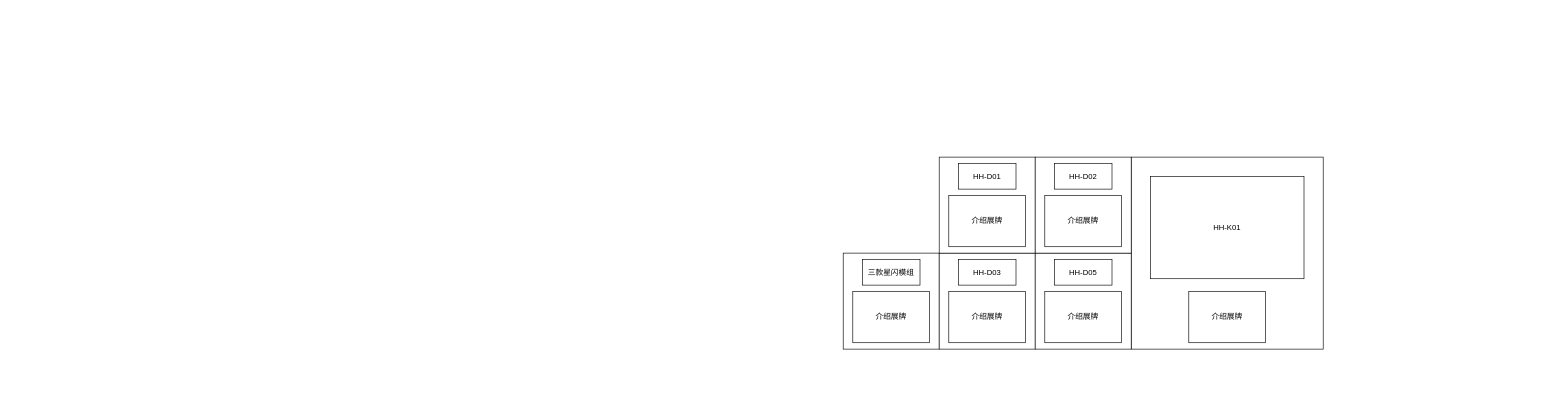
Earlier version of the draw.io diagram 展台布局.drawio (GaoXiaoLon/DrawIO). Source tidied: cells renumbered, new cells numbered last; positions are measured from the earlier drawing's top-left corner, leaving out a move shared by most shapes. Both pictures are drawn from the tidied source at 64%, with x=0, y=0 at pixel (843, 157).
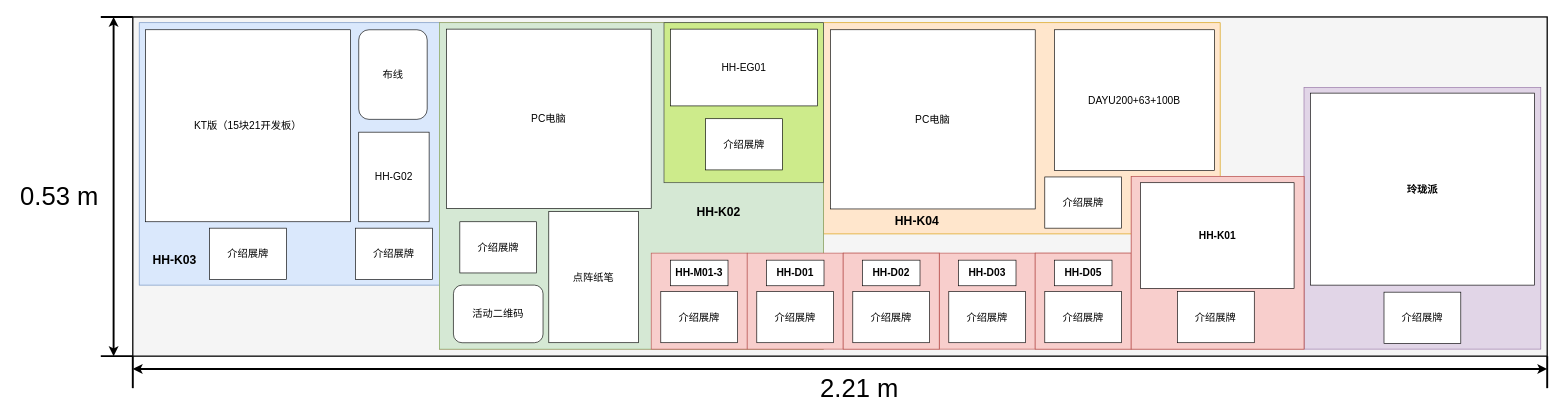
The same diagram, later.

Commit message:
更新展台布局.drawio

The edit, as a diff of the source:
```diff
@@
-    <mxCell id="2" style="rounded=0;whiteSpace=wrap;html=1;" parent="1" vertex="1">
-      <mxGeometry x="450" width="300" height="300" as="geometry" />
-    </mxCell>
-    <mxCell id="3" style="group;" parent="1" vertex="1">
-      <mxGeometry y="150" width="150" height="150" as="geometry" />
-    </mxCell>
-    <mxCell id="4" style="rounded=0;whiteSpace=wrap;html=1;" parent="3" vertex="1">
-      <mxGeometry width="150" height="150" as="geometry" />
-    </mxCell>
-    <mxCell id="5" value="三款星闪模组" style="rounded=0;whiteSpace=wrap;html=1;" parent="3" vertex="1">
-      <mxGeometry x="30" y="10" width="90" height="40" as="geometry" />
-    </mxCell>
-    <mxCell id="6" value="介绍展牌" style="rounded=0;whiteSpace=wrap;html=1;" parent="3" vertex="1">
-      <mxGeometry x="15" y="60" width="120" height="80" as="geometry" />
-    </mxCell>
+    <mxCell id="25" style="rounded=0;whiteSpace=wrap;html=1;fillColor=#f5f5f5;fontColor=#333333;strokeColor=default;strokeWidth=2;" parent="1" vertex="1">
+      <mxGeometry x="-1110" y="-219" width="2210" height="530" as="geometry" />
+    </mxCell>
+    <mxCell id="26" style="rounded=0;whiteSpace=wrap;html=1;fillColor=#e1d5e7;strokeColor=#9673a6;" parent="1" vertex="1">
+      <mxGeometry x="720" y="-109" width="370" height="409" as="geometry" />
+    </mxCell>
+    <mxCell id="27" style="rounded=0;whiteSpace=wrap;html=1;fillColor=#dae8fc;strokeColor=#6c8ebf;fontSize=16;" parent="1" vertex="1">
+      <mxGeometry x="-1100" y="-210" width="470" height="410" as="geometry" />
+    </mxCell>
+    <mxCell id="28" style="rounded=0;whiteSpace=wrap;html=1;fillColor=#ffe6cc;strokeColor=#d79b00;fontSize=16;" parent="1" vertex="1">
+      <mxGeometry x="-31" y="-210" width="620" height="330" as="geometry" />
+    </mxCell>
-    <mxCell id="7" style="group;" parent="1" vertex="1">
+    <mxCell id="7" style="group;fontSize=16;" parent="1" vertex="1">
       <mxGeometry x="150" y="150" width="150" height="150" as="geometry" />
     </mxCell>
-    <mxCell id="8" style="rounded=0;whiteSpace=wrap;html=1;" parent="7" vertex="1">
+    <mxCell id="8" style="rounded=0;whiteSpace=wrap;html=1;fontSize=16;fillColor=#f8cecc;strokeColor=#b85450;" parent="7" vertex="1">
       <mxGeometry width="150" height="150" as="geometry" />
     </mxCell>
-    <mxCell id="9" value="HH-D03" style="rounded=0;whiteSpace=wrap;html=1;" parent="7" vertex="1">
-      <mxGeometry x="30" y="10" width="90" height="40" as="geometry" />
+    <mxCell id="9" value="&lt;font style=&quot;font-size: 16px;&quot;&gt;&lt;b&gt;HH-D03&lt;/b&gt;&lt;/font&gt;" style="rounded=0;whiteSpace=wrap;html=1;fontSize=16;" parent="7" vertex="1">
+      <mxGeometry x="30" y="11" width="90" height="40" as="geometry" />
     </mxCell>
-    <mxCell id="10" value="介绍展牌" style="rounded=0;whiteSpace=wrap;html=1;" parent="7" vertex="1">
+    <mxCell id="10" value="介绍展牌" style="rounded=0;whiteSpace=wrap;html=1;fontSize=16;" parent="7" vertex="1">
       <mxGeometry x="15" y="60" width="120" height="80" as="geometry" />
     </mxCell>
-    <mxCell id="11" style="group;" parent="1" vertex="1">
+    <mxCell id="11" style="group;fontSize=16;fillColor=#f8cecc;strokeColor=#b85450;" parent="1" vertex="1">
       <mxGeometry x="300" y="150" width="150" height="150" as="geometry" />
     </mxCell>
-    <mxCell id="12" style="rounded=0;whiteSpace=wrap;html=1;" parent="11" vertex="1">
+    <mxCell id="12" style="rounded=0;whiteSpace=wrap;html=1;fontSize=16;fillColor=#f8cecc;strokeColor=#b85450;" parent="11" vertex="1">
       <mxGeometry width="150" height="150" as="geometry" />
     </mxCell>
-    <mxCell id="13" value="HH-D05" style="rounded=0;whiteSpace=wrap;html=1;" parent="11" vertex="1">
-      <mxGeometry x="30" y="10" width="90" height="40" as="geometry" />
+    <mxCell id="13" value="&lt;font style=&quot;font-size: 16px;&quot;&gt;HH-D05&lt;/font&gt;" style="rounded=0;whiteSpace=wrap;html=1;fontSize=16;fontStyle=1;" parent="11" vertex="1">
+      <mxGeometry x="30" y="11" width="90" height="40" as="geometry" />
     </mxCell>
-    <mxCell id="14" value="介绍展牌" style="rounded=0;whiteSpace=wrap;html=1;" parent="11" vertex="1">
+    <mxCell id="14" value="介绍展牌" style="rounded=0;whiteSpace=wrap;html=1;fontSize=16;" parent="11" vertex="1">
       <mxGeometry x="15" y="60" width="120" height="80" as="geometry" />
     </mxCell>
+    <mxCell id="29" value="KT版（15块21开发板）" style="rounded=0;whiteSpace=wrap;html=1;fontSize=16;" parent="1" vertex="1">
+      <mxGeometry x="-1090" y="-199" width="320" height="300" as="geometry" />
+    </mxCell>
+    <mxCell id="30" style="group;fontSize=16;fillColor=#f8cecc;strokeColor=#b85450;" parent="1" vertex="1">
+      <mxGeometry x="-631" y="-210" width="600" height="510" as="geometry" />
+    </mxCell>
+    <mxCell id="31" style="rounded=0;whiteSpace=wrap;html=1;fontSize=16;fillColor=#d5e8d4;strokeColor=#82b366;" parent="30" vertex="1">
+      <mxGeometry width="600" height="510" as="geometry" />
+    </mxCell>
+    <mxCell id="32" value="PC电脑" style="rounded=0;whiteSpace=wrap;html=1;fontSize=16;" parent="30" vertex="1">
+      <mxGeometry x="11" y="10" width="320" height="280" as="geometry" />
+    </mxCell>
+    <mxCell id="33" value="点阵纸笔" style="rounded=0;whiteSpace=wrap;html=1;fontSize=16;" parent="30" vertex="1">
+      <mxGeometry x="171" y="295" width="140" height="205" as="geometry" />
+    </mxCell>
+    <mxCell id="34" value="介绍展牌" style="rounded=0;whiteSpace=wrap;html=1;fontSize=16;" parent="30" vertex="1">
+      <mxGeometry x="32" y="311" width="120" height="80" as="geometry" />
+    </mxCell>
+    <mxCell id="35" style="rounded=0;whiteSpace=wrap;html=1;fillColor=#cdeb8b;strokeColor=#36393d;fontSize=16;" parent="30" vertex="1">
+      <mxGeometry x="351" width="249" height="250" as="geometry" />
+    </mxCell>
+    <mxCell id="36" value="HH-EG01" style="rounded=0;whiteSpace=wrap;html=1;fontSize=16;" parent="30" vertex="1">
+      <mxGeometry x="361" y="10" width="230" height="120" as="geometry" />
+    </mxCell>
+    <mxCell id="37" value="介绍展牌" style="rounded=0;whiteSpace=wrap;html=1;fontSize=16;" parent="30" vertex="1">
+      <mxGeometry x="416" y="150" width="120" height="80" as="geometry" />
+    </mxCell>
+    <mxCell id="3" style="group;fontSize=16;fontStyle=1;" parent="30" vertex="1">
+      <mxGeometry x="331" y="350" width="150" height="150" as="geometry" />
+    </mxCell>
+    <mxCell id="4" style="rounded=0;whiteSpace=wrap;html=1;fontSize=16;fillColor=#f8cecc;strokeColor=#b85450;" parent="3" vertex="1">
+      <mxGeometry y="10" width="150" height="150" as="geometry" />
+    </mxCell>
+    <mxCell id="5" value="HH-M01-3" style="rounded=0;whiteSpace=wrap;html=1;fontSize=16;fontStyle=1;" parent="3" vertex="1">
+      <mxGeometry x="30" y="21" width="90" height="40" as="geometry" />
+    </mxCell>
+    <mxCell id="6" value="介绍展牌" style="rounded=0;whiteSpace=wrap;html=1;fontSize=16;" parent="3" vertex="1">
+      <mxGeometry x="15" y="70" width="120" height="80" as="geometry" />
+    </mxCell>
+    <mxCell id="38" value="活动二维码" style="rounded=1;whiteSpace=wrap;html=1;fontSize=16;" parent="30" vertex="1">
+      <mxGeometry x="22" y="410" width="140" height="90" as="geometry" />
+    </mxCell>
+    <mxCell id="39" value="HH-K02" style="text;html=1;align=center;verticalAlign=middle;strokeColor=none;fillColor=none;fontSize=19;fontStyle=1;" parent="30" vertex="1">
+      <mxGeometry x="391" y="276" width="90" height="40" as="geometry" />
+    </mxCell>
+    <mxCell id="40" style="group;fontSize=16;fillColor=#f8cecc;strokeColor=#b85450;" parent="1" vertex="1">
+      <mxGeometry x="450" y="30" width="270" height="270" as="geometry" />
+    </mxCell>
+    <mxCell id="2" style="rounded=0;whiteSpace=wrap;html=1;fontSize=16;fillColor=#f8cecc;strokeColor=#b85450;" parent="40" vertex="1">
+      <mxGeometry width="270" height="270" as="geometry" />
+    </mxCell>
+    <mxCell id="23" value="&lt;font style=&quot;font-size: 16px;&quot;&gt;HH-K01&lt;/font&gt;" style="rounded=0;whiteSpace=wrap;html=1;fontSize=16;fontStyle=1;" parent="40" vertex="1">
+      <mxGeometry x="14.5" y="10" width="240" height="165" as="geometry" />
+    </mxCell>
+    <mxCell id="24" value="介绍展牌" style="rounded=0;whiteSpace=wrap;html=1;fontSize=16;" parent="40" vertex="1">
+      <mxGeometry x="72.3" y="180" width="120" height="80" as="geometry" />
+    </mxCell>
-    <mxCell id="15" style="group;" parent="11" vertex="1">
-      <mxGeometry x="-150" y="-150" width="150" height="150" as="geometry" />
+    <mxCell id="15" style="group;fontSize=16;" parent="1" vertex="1">
+      <mxGeometry x="-150" y="151" width="150" height="150" as="geometry" />
     </mxCell>
+    <mxCell id="41" style="group;fontSize=16;" parent="15" vertex="1">
+      <mxGeometry width="150" height="150" as="geometry" />
+    </mxCell>
-    <mxCell id="16" style="rounded=0;whiteSpace=wrap;html=1;" parent="15" vertex="1">
-      <mxGeometry width="150" height="150" as="geometry" />
+    <mxCell id="16" style="rounded=0;whiteSpace=wrap;html=1;fontSize=16;fillColor=#f8cecc;strokeColor=#b85450;" parent="41" vertex="1">
+      <mxGeometry y="-1" width="150" height="150" as="geometry" />
     </mxCell>
-    <mxCell id="17" value="HH-D01" style="rounded=0;whiteSpace=wrap;html=1;" parent="15" vertex="1">
+    <mxCell id="17" value="HH-D01" style="rounded=0;whiteSpace=wrap;html=1;fontSize=16;fontStyle=1;" parent="41" vertex="1">
       <mxGeometry x="30" y="10" width="90" height="40" as="geometry" />
     </mxCell>
-    <mxCell id="18" value="介绍展牌" style="rounded=0;whiteSpace=wrap;html=1;" parent="15" vertex="1">
-      <mxGeometry x="15" y="60" width="120" height="80" as="geometry" />
+    <mxCell id="18" value="介绍展牌" style="rounded=0;whiteSpace=wrap;html=1;fontSize=16;" parent="41" vertex="1">
+      <mxGeometry x="15" y="59" width="120" height="80" as="geometry" />
     </mxCell>
-    <mxCell id="19" style="group;" parent="11" vertex="1">
-      <mxGeometry y="-150" width="150" height="150" as="geometry" />
+    <mxCell id="19" style="group;fontSize=16;fillColor=#f8cecc;strokeColor=#b85450;" parent="1" vertex="1">
+      <mxGeometry y="150" width="150" height="150" as="geometry" />
     </mxCell>
-    <mxCell id="20" style="rounded=0;whiteSpace=wrap;html=1;" parent="19" vertex="1">
+    <mxCell id="20" style="rounded=0;whiteSpace=wrap;html=1;fontSize=16;fillColor=#f8cecc;strokeColor=#b85450;" parent="19" vertex="1">
       <mxGeometry width="150" height="150" as="geometry" />
     </mxCell>
-    <mxCell id="21" value="HH-D02" style="rounded=0;whiteSpace=wrap;html=1;" parent="19" vertex="1">
-      <mxGeometry x="30" y="10" width="90" height="40" as="geometry" />
+    <mxCell id="21" value="&lt;font style=&quot;font-size: 16px;&quot;&gt;HH-D02&lt;/font&gt;" style="rounded=0;whiteSpace=wrap;html=1;fontSize=16;fontStyle=1;" parent="19" vertex="1">
+      <mxGeometry x="30" y="11" width="90" height="40" as="geometry" />
     </mxCell>
-    <mxCell id="22" value="介绍展牌" style="rounded=0;whiteSpace=wrap;html=1;" parent="19" vertex="1">
+    <mxCell id="22" value="介绍展牌" style="rounded=0;whiteSpace=wrap;html=1;fontSize=16;" parent="19" vertex="1">
       <mxGeometry x="15" y="60" width="120" height="80" as="geometry" />
     </mxCell>
-    <mxCell id="23" value="HH-K01" style="rounded=0;whiteSpace=wrap;html=1;" parent="1" vertex="1">
-      <mxGeometry x="480" y="30" width="240" height="160" as="geometry" />
-    </mxCell>
-    <mxCell id="24" value="介绍展牌" style="rounded=0;whiteSpace=wrap;html=1;" parent="1" vertex="1">
-      <mxGeometry x="540" y="210" width="120" height="80" as="geometry" />
-    </mxCell>
+    <mxCell id="42" value="PC电脑" style="rounded=0;whiteSpace=wrap;html=1;fontSize=16;" parent="1" vertex="1">
+      <mxGeometry x="-20" y="-199" width="320" height="280" as="geometry" />
+    </mxCell>
+    <mxCell id="43" value="DAYU200+63+100B" style="rounded=0;whiteSpace=wrap;html=1;fontSize=16;" parent="1" vertex="1">
+      <mxGeometry x="330" y="-199" width="250" height="220" as="geometry" />
+    </mxCell>
+    <mxCell id="44" value="介绍展牌" style="rounded=0;whiteSpace=wrap;html=1;fontSize=16;" parent="1" vertex="1">
+      <mxGeometry x="315" y="31" width="120" height="80" as="geometry" />
+    </mxCell>
+    <mxCell id="45" value="介绍展牌" style="rounded=0;whiteSpace=wrap;html=1;fontSize=16;" parent="1" vertex="1">
+      <mxGeometry x="-990" y="111" width="120" height="80" as="geometry" />
+    </mxCell>
+    <mxCell id="46" value="HH-G02" style="rounded=0;whiteSpace=wrap;html=1;fontSize=16;" parent="1" vertex="1">
+      <mxGeometry x="-757" y="-39" width="110" height="140" as="geometry" />
+    </mxCell>
+    <mxCell id="47" value="布线" style="rounded=1;whiteSpace=wrap;html=1;fontSize=16;" parent="1" vertex="1">
+      <mxGeometry x="-757" y="-199" width="107" height="140" as="geometry" />
+    </mxCell>
+    <mxCell id="48" value="介绍展牌" style="rounded=0;whiteSpace=wrap;html=1;fontSize=16;" parent="1" vertex="1">
+      <mxGeometry x="-762" y="111" width="120" height="80" as="geometry" />
+    </mxCell>
+    <mxCell id="49" value="HH-K04" style="text;html=1;align=center;verticalAlign=middle;strokeColor=none;fillColor=none;fontSize=19;fontStyle=1;" parent="1" vertex="1">
+      <mxGeometry x="70" y="81" width="90" height="40" as="geometry" />
+    </mxCell>
+    <mxCell id="50" value="HH-K03" style="text;html=1;align=center;verticalAlign=middle;strokeColor=none;fillColor=none;fontSize=19;fontStyle=1;" parent="1" vertex="1">
+      <mxGeometry x="-1090" y="141" width="90" height="40" as="geometry" />
+    </mxCell>
+    <mxCell id="51" value="玲珑派" style="rounded=0;whiteSpace=wrap;html=1;fontSize=16;fontStyle=1;" parent="1" vertex="1">
+      <mxGeometry x="730" y="-100" width="350" height="300" as="geometry" />
+    </mxCell>
+    <mxCell id="52" value="介绍展牌" style="rounded=0;whiteSpace=wrap;html=1;fontSize=16;" parent="1" vertex="1">
+      <mxGeometry x="845" y="211" width="120" height="80" as="geometry" />
+    </mxCell>
+    <mxCell id="53" style="endArrow=none;html=1;rounded=0;strokeWidth=3;" parent="1" edge="1">
+      <mxGeometry relative="1" as="geometry">
+        <mxPoint x="-1110" y="311" as="sourcePoint" />
+        <mxPoint x="-1110" y="361" as="targetPoint" />
+      </mxGeometry>
+    </mxCell>
+    <mxCell id="54" style="endArrow=none;html=1;rounded=0;strokeWidth=3;" parent="1" edge="1">
+      <mxGeometry relative="1" as="geometry">
+        <mxPoint x="1100" y="311" as="sourcePoint" />
+        <mxPoint x="1100" y="361" as="targetPoint" />
+      </mxGeometry>
+    </mxCell>
+    <mxCell id="55" style="endArrow=classic;startArrow=classic;html=1;rounded=0;strokeWidth=3;" parent="1" edge="1">
+      <mxGeometry relative="1" as="geometry">
+        <mxPoint x="-1110" y="331" as="sourcePoint" />
+        <mxPoint x="1100" y="331" as="targetPoint" />
+      </mxGeometry>
+    </mxCell>
+    <mxCell id="56" value="&lt;font style=&quot;font-size: 40px;&quot;&gt;2.21 m&lt;/font&gt;" style="text;html=1;align=center;verticalAlign=middle;strokeColor=none;fillColor=none;strokeWidth=1;fontSize=40;" parent="1" vertex="1">
+      <mxGeometry x="-50" y="331" width="150" height="60" as="geometry" />
+    </mxCell>
+    <mxCell id="57" style="endArrow=none;html=1;rounded=0;strokeWidth=3;" parent="1" edge="1">
+      <mxGeometry relative="1" as="geometry">
+        <mxPoint x="-1110" y="311" as="sourcePoint" />
+        <mxPoint x="-1160" y="311" as="targetPoint" />
+      </mxGeometry>
+    </mxCell>
+    <mxCell id="58" style="endArrow=none;html=1;rounded=0;strokeWidth=3;" parent="1" edge="1">
+      <mxGeometry relative="1" as="geometry">
+        <mxPoint x="-1110" y="-219" as="sourcePoint" />
+        <mxPoint x="-1160" y="-219" as="targetPoint" />
+      </mxGeometry>
+    </mxCell>
+    <mxCell id="59" style="endArrow=classic;startArrow=classic;html=1;rounded=0;strokeWidth=3;" parent="1" edge="1">
+      <mxGeometry relative="1" as="geometry">
+        <mxPoint x="-1140" y="311" as="sourcePoint" />
+        <mxPoint x="-1140" y="-219" as="targetPoint" />
+      </mxGeometry>
+    </mxCell>
+    <mxCell id="60" value="&lt;font style=&quot;font-size: 40px;&quot;&gt;0.53 m&lt;/font&gt;" style="text;html=1;align=center;verticalAlign=middle;strokeColor=none;fillColor=none;strokeWidth=1;fontSize=40;" parent="1" vertex="1">
+      <mxGeometry x="-1300" y="30" width="150" height="60" as="geometry" />
+    </mxCell>
```
